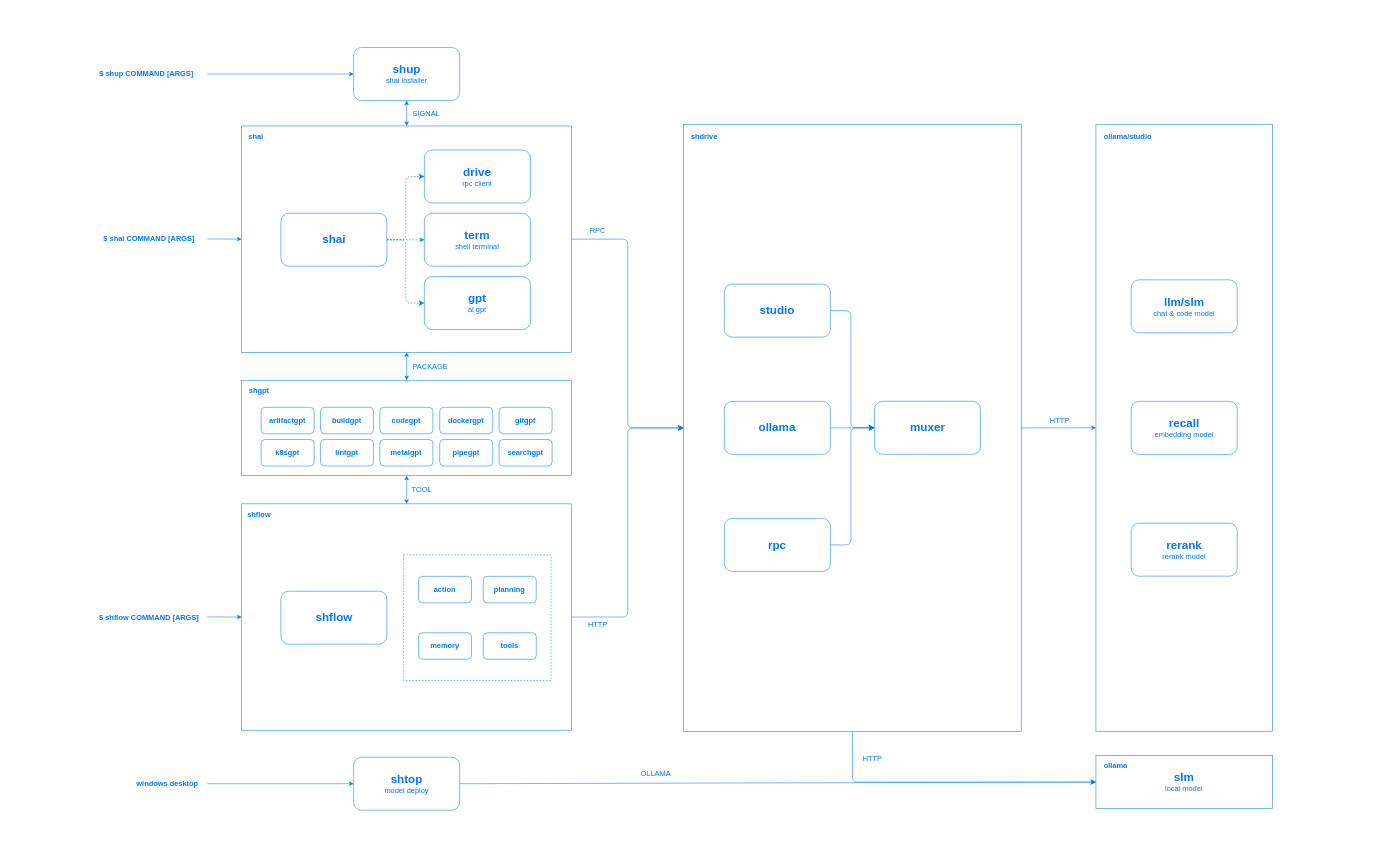
Above: arch.drawio in ai-flowx/.github (draw.io), before the change. Source tidied: cells renumbered, new cells numbered last; positions are measured from the earlier drawing's top-left corner, leaving out a move shared by most shapes. Both pictures are drawn from the tidied source at 53%, with x=0, y=0 at pixel (9, 10).
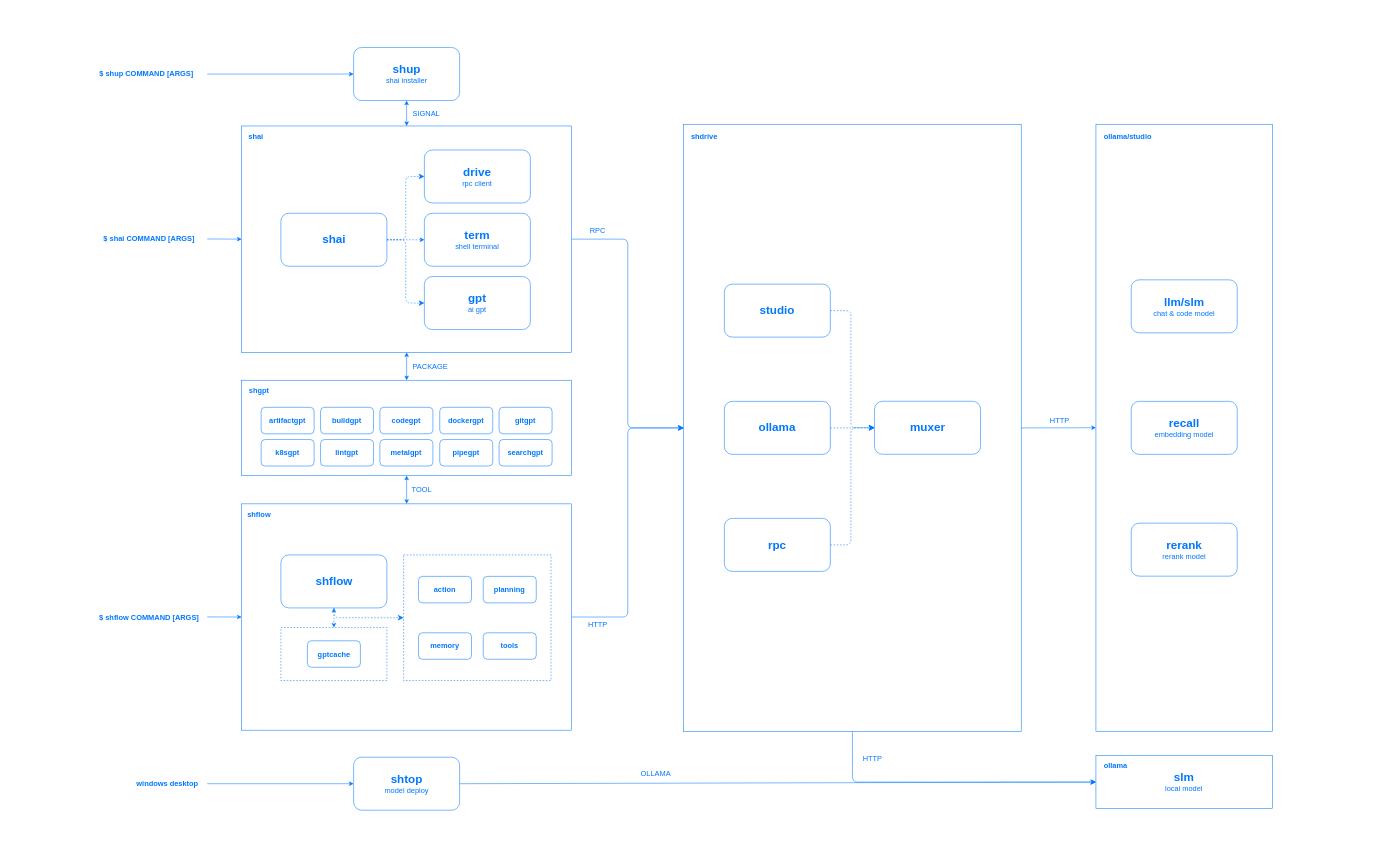
After the change.

Unchanged cells that the change refers to:
```xml
<mxCell id="4" style="rounded=0;whiteSpace=wrap;html=1;dashed=1;strokeColor=#0077FF;" parent="1" vertex="1">
  <mxGeometry x="744" y="1028.5" width="278.2" height="237" as="geometry" />
</mxCell>
<mxCell id="39" value="&lt;span style=&quot;border-color: var(--border-color); color: rgb(0, 119, 255); font-weight: bold; font-size: 22px;&quot;&gt;muxer&lt;/span&gt;&lt;font color=&quot;#0077ff&quot; style=&quot;&quot;&gt;&lt;br&gt;&lt;/font&gt;" style="rounded=1;whiteSpace=wrap;html=1;strokeColor=#0077FF;fillColor=none;shadow=0;" parent="1" vertex="1">
  <mxGeometry x="1632.6" y="738.6" width="200" height="100" as="geometry" />
</mxCell>
<mxCell id="45" value="&lt;font color=&quot;#0077ff&quot; style=&quot;&quot;&gt;&lt;span style=&quot;font-size: 22px;&quot;&gt;&lt;b&gt;ollama&lt;/b&gt;&lt;/span&gt;&lt;br&gt;&lt;/font&gt;" style="rounded=1;whiteSpace=wrap;html=1;strokeColor=#0077FF;fillColor=none;shadow=0;" parent="1" vertex="1">
  <mxGeometry x="1349.2" y="738.8" width="200" height="100" as="geometry" />
</mxCell>
<mxCell id="69" value="&lt;font color=&quot;#0077ff&quot; style=&quot;&quot;&gt;&lt;span style=&quot;font-size: 22px;&quot;&gt;&lt;b&gt;rpc&lt;/b&gt;&lt;/span&gt;&lt;br&gt;&lt;/font&gt;" style="rounded=1;whiteSpace=wrap;html=1;strokeColor=#0077FF;fillColor=none;shadow=0;" parent="1" vertex="1">
  <mxGeometry x="1349.2" y="959.6" width="200" height="100" as="geometry" />
</mxCell>
<mxCell id="70" value="&lt;font color=&quot;#0077ff&quot; style=&quot;&quot;&gt;&lt;span style=&quot;font-size: 22px;&quot;&gt;&lt;b&gt;studio&lt;/b&gt;&lt;/span&gt;&lt;br&gt;&lt;/font&gt;" style="rounded=1;whiteSpace=wrap;html=1;strokeColor=#0077FF;fillColor=none;shadow=0;" parent="1" vertex="1">
  <mxGeometry x="1349.2" y="517.6" width="200" height="100" as="geometry" />
</mxCell>
```

What changed in the source:
```diff
@@
     <mxCell id="2" style="rounded=0;whiteSpace=wrap;html=1;strokeColor=none;fillColor=#FFFFFF;" parent="1" vertex="1">
-      <mxGeometry y="0.2" width="2527" height="1581" as="geometry" />
+      <mxGeometry x="47.7" y="-1.6" width="2527" height="1581" as="geometry" />
     </mxCell>
@@
+    <mxCell id="74" value="&lt;font color=&quot;#0077ff&quot; style=&quot;&quot;&gt;&lt;br&gt;&lt;/font&gt;" style="rounded=0;whiteSpace=wrap;html=1;strokeColor=#0077FF;fillColor=none;shadow=0;dashed=1;" parent="1" vertex="1">
+      <mxGeometry x="512.5" y="1165.5" width="200" height="100" as="geometry" />
+    </mxCell>
@@
-    <mxCell id="46" style="edgeStyle=elbowEdgeStyle;elbow=horizontal;endArrow=classic;html=1;rounded=1;endSize=8;startSize=8;exitX=1;exitY=0.5;exitDx=0;exitDy=0;entryX=0;entryY=0.5;entryDx=0;entryDy=0;strokeColor=#0077FF;" parent="1" edge="1" source="70" target="39">
+    <mxCell id="46" style="edgeStyle=elbowEdgeStyle;elbow=horizontal;endArrow=classic;html=1;rounded=1;endSize=8;startSize=8;exitX=1;exitY=0.5;exitDx=0;exitDy=0;entryX=0;entryY=0.5;entryDx=0;entryDy=0;strokeColor=#0077FF;dashed=1;" parent="1" edge="1" source="70" target="39">
       <mxGeometry relative="1" as="geometry">
         <Array as="points">
           <mxPoint x="1588" y="678" />
         </Array>
       </mxGeometry>
     </mxCell>
-    <mxCell id="47" style="edgeStyle=elbowEdgeStyle;elbow=horizontal;endArrow=classic;html=1;rounded=1;endSize=8;startSize=8;exitX=1;exitY=0.5;exitDx=0;exitDy=0;entryX=0;entryY=0.5;entryDx=0;entryDy=0;strokeColor=#0077FF;" parent="1" edge="1" source="45" target="39">
+    <mxCell id="47" style="edgeStyle=elbowEdgeStyle;elbow=horizontal;endArrow=classic;html=1;rounded=1;endSize=8;startSize=8;exitX=1;exitY=0.5;exitDx=0;exitDy=0;entryX=0;entryY=0.5;entryDx=0;entryDy=0;strokeColor=#0077FF;dashed=1;" parent="1" edge="1" source="45" target="39">
       <mxGeometry relative="1" as="geometry">
         <Array as="points">
           <mxPoint x="1580.4" y="831.8" />
         </Array>
       </mxGeometry>
     </mxCell>
@@
     <mxCell id="52" value="&lt;font color=&quot;#0077ff&quot; style=&quot;&quot;&gt;&lt;span style=&quot;font-weight: bold; font-size: 22px;&quot;&gt;shflow&lt;/span&gt;&lt;br&gt;&lt;/font&gt;" style="rounded=1;whiteSpace=wrap;html=1;strokeColor=#0077FF;fillColor=none;shadow=0;" parent="1" vertex="1">
-      <mxGeometry x="512.5" y="1097" width="200" height="100" as="geometry" />
+      <mxGeometry x="512.5" y="1028.5" width="200" height="100" as="geometry" />
     </mxCell>
@@
-    <mxCell id="71" style="edgeStyle=elbowEdgeStyle;elbow=horizontal;endArrow=classic;html=1;rounded=1;endSize=8;startSize=8;exitX=1;exitY=0.5;exitDx=0;exitDy=0;entryX=0;entryY=0.5;entryDx=0;entryDy=0;strokeColor=#0077FF;" parent="1" edge="1" source="69" target="39">
+    <mxCell id="71" style="edgeStyle=elbowEdgeStyle;elbow=horizontal;endArrow=classic;html=1;rounded=1;endSize=8;startSize=8;exitX=1;exitY=0.5;exitDx=0;exitDy=0;entryX=0;entryY=0.5;entryDx=0;entryDy=0;strokeColor=#0077FF;dashed=1;" parent="1" edge="1" source="69" target="39">
       <mxGeometry relative="1" as="geometry">
         <Array as="points">
           <mxPoint x="1588" y="899" />
           <mxPoint x="1598" y="688" />
         </Array>
       </mxGeometry>
     </mxCell>
@@
+    <mxCell id="75" value="&lt;font color=&quot;#0077ff&quot; style=&quot;&quot;&gt;&lt;b style=&quot;&quot;&gt;&lt;font style=&quot;font-size: 14px;&quot;&gt;gptcache&lt;/font&gt;&lt;/b&gt;&lt;br&gt;&lt;/font&gt;" style="rounded=1;whiteSpace=wrap;html=1;strokeColor=#0077FF;fillColor=none;shadow=0;" parent="1" vertex="1">
+      <mxGeometry x="562.5" y="1190.5" width="100" height="50" as="geometry" />
+    </mxCell>
+    <mxCell id="76" style="endArrow=classic;html=1;dashed=1;exitX=0.5;exitY=1;exitDx=0;exitDy=0;entryX=0.5;entryY=0;entryDx=0;entryDy=0;startArrow=classic;startFill=1;strokeColor=#0077FF;" parent="1" edge="1" source="52" target="74">
+      <mxGeometry relative="1" as="geometry" />
+    </mxCell>
+    <mxCell id="77" style="edgeStyle=elbowEdgeStyle;elbow=horizontal;endArrow=classic;html=1;rounded=1;endSize=8;startSize=8;dashed=1;strokeColor=#0077FF;exitX=0.5;exitY=1;exitDx=0;exitDy=0;entryX=0;entryY=0.5;entryDx=0;entryDy=0;" parent="1" edge="1" source="52" target="4">
+      <mxGeometry relative="1" as="geometry">
+        <Array as="points">
+          <mxPoint x="613" y="1145" />
+        </Array>
+      </mxGeometry>
+    </mxCell>
```
